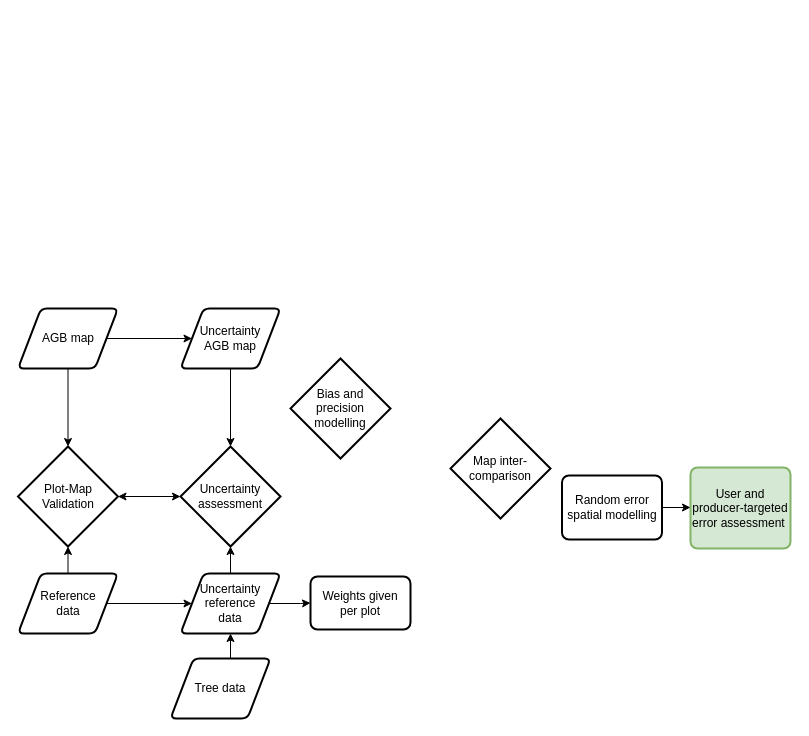
Earlier version of the draw.io diagram Untitled Diagram.drawio (arnanaraza/diagrams). Source tidied: cells renumbered, new cells numbered last; positions are measured from the earlier drawing's top-left corner, leaving out a move shared by most shapes. Both pictures are drawn from the tidied source at 100%, with x=0, y=0 at pixel (18, 308).
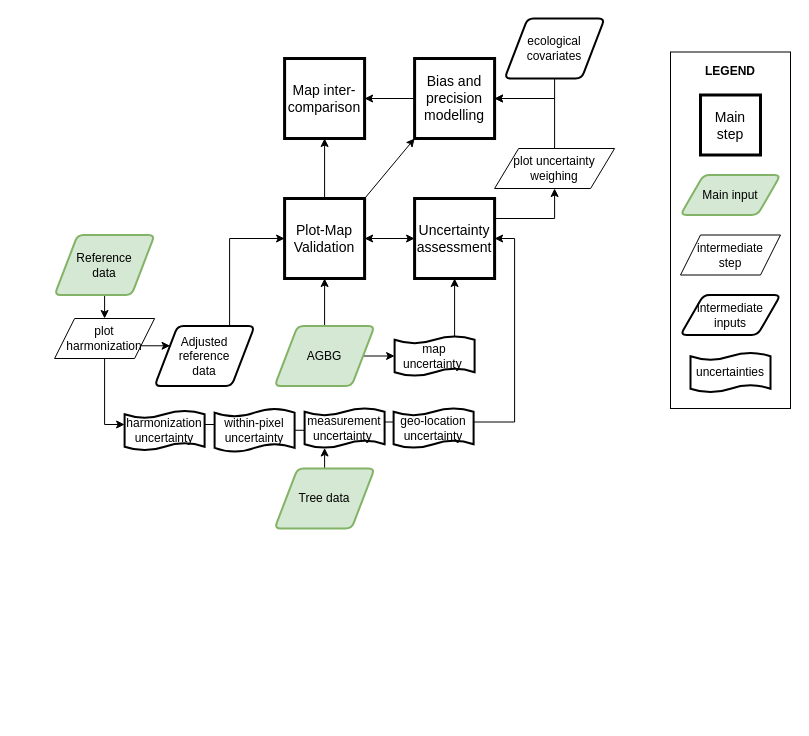
Above is the later version.

The edit, as a diff of the source:
```diff
@@
-    <mxCell id="2" style="edgeStyle=orthogonalEdgeStyle;rounded=0;jettySize=auto;html=1;exitX=1;exitY=0.5;exitDx=0;exitDy=0;entryX=0;entryY=0.5;entryDx=0;entryDy=0;" parent="1" edge="1" source="4" target="5">
-      <mxGeometry relative="1" as="geometry" />
-    </mxCell>
-    <mxCell id="3" style="edgeStyle=orthogonalEdgeStyle;rounded=0;jettySize=auto;html=1;exitX=0.5;exitY=0;exitDx=0;exitDy=0;entryX=0.5;entryY=1;entryDx=0;entryDy=0;entryPerimeter=0;startArrow=none;startFill=0;" parent="1" edge="1" source="4" target="21">
-      <mxGeometry relative="1" as="geometry" />
-    </mxCell>
-    <mxCell id="4" value="Uncertainty&lt;br&gt;reference &lt;br&gt;data" style="shape=parallelogram;html=1;strokeWidth=2;perimeter=parallelogramPerimeter;whiteSpace=wrap;rounded=1;arcSize=12;size=0.23;" parent="1" vertex="1">
-      <mxGeometry x="162" y="265" width="100" height="60" as="geometry" />
-    </mxCell>
-    <mxCell id="5" value="Weights given &lt;br&gt;per plot" style="rounded=1;whiteSpace=wrap;html=1;absoluteArcSize=1;arcSize=14;strokeWidth=2;" parent="1" vertex="1">
-      <mxGeometry x="292" y="268" width="100" height="53" as="geometry" />
-    </mxCell>
-    <mxCell id="6" style="edgeStyle=orthogonalEdgeStyle;rounded=0;jettySize=auto;html=1;exitX=0.5;exitY=1;exitDx=0;exitDy=0;entryX=0.5;entryY=0;entryDx=0;entryDy=0;entryPerimeter=0;startArrow=none;startFill=0;" parent="1" edge="1" source="7" target="21">
-      <mxGeometry relative="1" as="geometry" />
-    </mxCell>
-    <mxCell id="7" value="Uncertainty&lt;br&gt;AGB map" style="shape=parallelogram;html=1;strokeWidth=2;perimeter=parallelogramPerimeter;whiteSpace=wrap;rounded=1;arcSize=12;size=0.23;" parent="1" vertex="1">
-      <mxGeometry x="162" width="100" height="60" as="geometry" />
-    </mxCell>
-    <mxCell id="8" value="User and producer-targeted error assessment&amp;nbsp;" style="rounded=1;whiteSpace=wrap;html=1;absoluteArcSize=1;arcSize=14;strokeWidth=2;fillColor=#d5e8d4;strokeColor=#82b366;" parent="1" vertex="1">
-      <mxGeometry x="672" y="159" width="100" height="81" as="geometry" />
-    </mxCell>
+    <mxCell id="24" style="edgeStyle=orthogonalEdgeStyle;rounded=0;jettySize=auto;html=1;exitX=1;exitY=0.5;exitDx=0;exitDy=0;entryX=0;entryY=0.5;entryDx=0;entryDy=0;entryPerimeter=0;startArrow=none;startFill=0;" parent="1" edge="1" source="11" target="47">
+      <mxGeometry relative="1" as="geometry" />
+    </mxCell>
-    <mxCell id="9" style="edgeStyle=orthogonalEdgeStyle;rounded=0;jettySize=auto;html=1;exitX=0.5;exitY=1;exitDx=0;exitDy=0;entryX=0.5;entryY=0;entryDx=0;entryDy=0;entryPerimeter=0;" parent="1" edge="1" source="11" target="16">
+    <mxCell id="9" style="edgeStyle=orthogonalEdgeStyle;rounded=0;jettySize=auto;html=1;exitX=0.5;exitY=0;exitDx=0;exitDy=0;entryX=0.5;entryY=1;entryDx=0;entryDy=0;startArrow=none;startFill=0;" parent="1" edge="1" source="11" target="16">
       <mxGeometry relative="1" as="geometry" />
     </mxCell>
-    <mxCell id="10" style="edgeStyle=orthogonalEdgeStyle;rounded=0;jettySize=auto;html=1;exitX=1;exitY=0.5;exitDx=0;exitDy=0;entryX=0;entryY=0.5;entryDx=0;entryDy=0;startArrow=none;startFill=0;" parent="1" edge="1" source="11" target="7">
-      <mxGeometry relative="1" as="geometry" />
-    </mxCell>
-    <mxCell id="11" value="AGB map" style="shape=parallelogram;html=1;strokeWidth=2;perimeter=parallelogramPerimeter;whiteSpace=wrap;rounded=1;arcSize=12;size=0.23;" parent="1" vertex="1">
-      <mxGeometry x="-0.5" width="100" height="60" as="geometry" />
+    <mxCell id="11" value="AGBG" style="shape=parallelogram;html=1;strokeWidth=2;perimeter=parallelogramPerimeter;whiteSpace=wrap;rounded=1;arcSize=12;size=0.23;fillColor=#d5e8d4;strokeColor=#82b366;" parent="1" vertex="1">
+      <mxGeometry x="256.1" y="17.5" width="100" height="60" as="geometry" />
     </mxCell>
-    <mxCell id="12" style="edgeStyle=orthogonalEdgeStyle;rounded=0;jettySize=auto;html=1;exitX=0.5;exitY=0;exitDx=0;exitDy=0;entryX=0.5;entryY=1;entryDx=0;entryDy=0;entryPerimeter=0;" parent="1" edge="1" source="14" target="16">
-      <mxGeometry relative="1" as="geometry" />
-    </mxCell>
-    <mxCell id="13" style="edgeStyle=orthogonalEdgeStyle;rounded=0;jettySize=auto;html=1;exitX=1;exitY=0.5;exitDx=0;exitDy=0;entryX=0;entryY=0.5;entryDx=0;entryDy=0;" parent="1" edge="1" source="14" target="4">
-      <mxGeometry relative="1" as="geometry" />
-    </mxCell>
+    <mxCell id="25" style="edgeStyle=orthogonalEdgeStyle;rounded=0;jettySize=auto;html=1;exitX=0.5;exitY=1;exitDx=0;exitDy=0;entryX=0.5;entryY=0;entryDx=0;entryDy=0;startArrow=none;startFill=0;endArrow=classic;endFill=1;" parent="1" edge="1" source="14" target="35">
+      <mxGeometry relative="1" as="geometry" />
+    </mxCell>
-    <mxCell id="14" value="Reference &lt;br&gt;data" style="shape=parallelogram;html=1;strokeWidth=2;perimeter=parallelogramPerimeter;whiteSpace=wrap;rounded=1;arcSize=12;size=0.23;" parent="1" vertex="1">
-      <mxGeometry x="-0.5" y="265" width="100" height="60" as="geometry" />
+    <mxCell id="14" value="Reference &lt;br&gt;data" style="shape=parallelogram;html=1;strokeWidth=2;perimeter=parallelogramPerimeter;whiteSpace=wrap;rounded=1;arcSize=12;size=0.23;fillColor=#d5e8d4;strokeColor=#82b366;" parent="1" vertex="1">
+      <mxGeometry x="36.1" y="-73.5" width="100" height="60" as="geometry" />
     </mxCell>
-    <mxCell id="15" style="edgeStyle=orthogonalEdgeStyle;rounded=0;jettySize=auto;html=1;exitX=1;exitY=0.5;exitDx=0;exitDy=0;exitPerimeter=0;entryX=0;entryY=0.5;entryDx=0;entryDy=0;entryPerimeter=0;startArrow=classic;startFill=1;" parent="1" edge="1" source="16" target="21">
-      <mxGeometry relative="1" as="geometry" />
+    <mxCell id="15" style="edgeStyle=orthogonalEdgeStyle;rounded=0;orthogonalLoop=1;jettySize=auto;html=1;exitX=1;exitY=0.5;exitDx=0;exitDy=0;exitPerimeter=0;entryX=0;entryY=0.5;entryDx=0;entryDy=0;entryPerimeter=0;startArrow=classic;startFill=1;" parent="1" edge="1">
+      <mxGeometry relative="1" as="geometry">
+        <mxPoint x="381" y="-10" as="sourcePoint" />
+      </mxGeometry>
     </mxCell>
+    <mxCell id="26" style="edgeStyle=orthogonalEdgeStyle;rounded=0;orthogonalLoop=1;jettySize=auto;html=1;exitX=0.5;exitY=0;exitDx=0;exitDy=0;exitPerimeter=0;entryX=0.5;entryY=1;entryDx=0;entryDy=0;entryPerimeter=0;startArrow=none;startFill=0;" parent="1" edge="1">
+      <mxGeometry relative="1" as="geometry">
+        <mxPoint x="331" y="-110" as="targetPoint" />
+      </mxGeometry>
+    </mxCell>
+    <mxCell id="27" style="edgeStyle=orthogonalEdgeStyle;rounded=0;jettySize=auto;html=1;exitX=0.5;exitY=0;exitDx=0;exitDy=0;entryX=0.25;entryY=1;entryDx=0;entryDy=0;entryPerimeter=0;startArrow=none;startFill=0;endArrow=classic;endFill=1;" parent="1" edge="1" source="20" target="45">
+      <mxGeometry relative="1" as="geometry" />
+    </mxCell>
+    <mxCell id="20" value="Tree data" style="shape=parallelogram;html=1;strokeWidth=2;perimeter=parallelogramPerimeter;whiteSpace=wrap;rounded=1;arcSize=12;size=0.23;fillColor=#d5e8d4;strokeColor=#82b366;" parent="1" vertex="1">
+      <mxGeometry x="256.1" y="160" width="100" height="60" as="geometry" />
+    </mxCell>
+    <mxCell id="28" style="edgeStyle=orthogonalEdgeStyle;rounded=0;jettySize=auto;html=1;exitX=0;exitY=0.5;exitDx=0;exitDy=0;entryX=1;entryY=0.5;entryDx=0;entryDy=0;startArrow=none;startFill=0;" parent="1" edge="1" source="23" target="22">
+      <mxGeometry relative="1" as="geometry" />
+    </mxCell>
+    <mxCell id="23" value="&lt;span style=&quot;white-space: normal&quot;&gt;&lt;font style=&quot;font-size: 14px&quot;&gt;Bias and precision modelling&lt;/font&gt;&lt;/span&gt;" style="whiteSpace=wrap;html=1;strokeWidth=3;" parent="1" vertex="1">
+      <mxGeometry x="396.1" y="-250" width="80" height="80" as="geometry" />
+    </mxCell>
+    <mxCell id="22" value="&lt;font style=&quot;font-size: 14px&quot;&gt;Map inter-comparison&lt;/font&gt;" style="whiteSpace=wrap;html=1;strokeWidth=3;" parent="1" vertex="1">
+      <mxGeometry x="266.1" y="-250" width="80" height="80" as="geometry" />
+    </mxCell>
+    <mxCell id="29" style="edgeStyle=orthogonalEdgeStyle;rounded=0;jettySize=auto;html=1;exitX=1;exitY=0.25;exitDx=0;exitDy=0;entryX=0.5;entryY=1;entryDx=0;entryDy=0;startArrow=none;startFill=0;endArrow=classic;endFill=1;" parent="1" edge="1" source="21" target="49">
+      <mxGeometry relative="1" as="geometry" />
+    </mxCell>
+    <mxCell id="21" value="&lt;font style=&quot;font-size: 14px&quot;&gt;Uncertainty assessment&lt;/font&gt;" style="whiteSpace=wrap;html=1;strokeWidth=3;" parent="1" vertex="1">
+      <mxGeometry x="396.1" y="-110" width="80" height="80" as="geometry" />
+    </mxCell>
+    <mxCell id="30" style="edgeStyle=orthogonalEdgeStyle;rounded=0;jettySize=auto;html=1;exitX=1;exitY=0.5;exitDx=0;exitDy=0;entryX=0;entryY=0.5;entryDx=0;entryDy=0;startArrow=classic;startFill=1;" parent="1" edge="1" source="16" target="21">
+      <mxGeometry relative="1" as="geometry" />
+    </mxCell>
+    <mxCell id="31" style="edgeStyle=orthogonalEdgeStyle;rounded=0;jettySize=auto;html=1;exitX=0.5;exitY=0;exitDx=0;exitDy=0;entryX=0.5;entryY=1;entryDx=0;entryDy=0;startArrow=none;startFill=0;" parent="1" edge="1" source="16" target="22">
+      <mxGeometry relative="1" as="geometry" />
+    </mxCell>
-    <mxCell id="16" value="&lt;span style=&quot;white-space: normal&quot;&gt;Plot-Map&lt;br&gt;Validation&lt;/span&gt;" style="strokeWidth=2;html=1;shape=mxgraph.flowchart.decision;whiteSpace=wrap;" parent="1" vertex="1">
-      <mxGeometry x="-0.5" y="138" width="100" height="100" as="geometry" />
+    <mxCell id="16" value="&lt;font style=&quot;font-size: 14px&quot;&gt;Plot-Map&lt;br&gt;Validation&lt;/font&gt;" style="whiteSpace=wrap;html=1;strokeWidth=3;" parent="1" vertex="1">
+      <mxGeometry x="266.1" y="-110" width="80" height="80" as="geometry" />
     </mxCell>
-    <mxCell id="17" style="edgeStyle=orthogonalEdgeStyle;rounded=0;jettySize=auto;html=1;exitX=1;exitY=0.5;exitDx=0;exitDy=0;entryX=0;entryY=0.49;entryDx=0;entryDy=0;entryPerimeter=0;" parent="1" edge="1" source="18" target="8">
-      <mxGeometry relative="1" as="geometry" />
-    </mxCell>
-    <mxCell id="18" value="Random error spatial modelling" style="rounded=1;whiteSpace=wrap;html=1;absoluteArcSize=1;arcSize=14;strokeWidth=2;" parent="1" vertex="1">
-      <mxGeometry x="543.5" y="167" width="100" height="64" as="geometry" />
-    </mxCell>
-    <mxCell id="19" style="edgeStyle=orthogonalEdgeStyle;rounded=0;jettySize=auto;html=1;exitX=0.5;exitY=0;exitDx=0;exitDy=0;entryX=0.5;entryY=1;entryDx=0;entryDy=0;startArrow=none;startFill=0;" parent="1" edge="1" source="20" target="4">
-      <mxGeometry relative="1" as="geometry" />
-    </mxCell>
-    <mxCell id="20" value="Tree data" style="shape=parallelogram;html=1;strokeWidth=2;perimeter=parallelogramPerimeter;whiteSpace=wrap;rounded=1;arcSize=12;size=0.23;" parent="1" vertex="1">
-      <mxGeometry x="152" y="350" width="100" height="60" as="geometry" />
-    </mxCell>
-    <mxCell id="21" value="Uncertainty assessment" style="strokeWidth=2;html=1;shape=mxgraph.flowchart.decision;whiteSpace=wrap;" parent="1" vertex="1">
-      <mxGeometry x="162" y="138" width="100" height="100" as="geometry" />
-    </mxCell>
-    <mxCell id="22" value="Map inter-comparison" style="strokeWidth=2;html=1;shape=mxgraph.flowchart.decision;whiteSpace=wrap;" parent="1" vertex="1">
-      <mxGeometry x="432" y="110" width="100" height="100" as="geometry" />
-    </mxCell>
-    <mxCell id="23" value="Bias and precision modelling" style="strokeWidth=2;html=1;shape=mxgraph.flowchart.decision;whiteSpace=wrap;" parent="1" vertex="1">
-      <mxGeometry x="272" y="50" width="100" height="100" as="geometry" />
-    </mxCell>
+    <mxCell id="32" style="endArrow=classic;html=1;entryX=0;entryY=1;entryDx=0;entryDy=0;" parent="1" edge="1" target="23">
+      <mxGeometry relative="1" as="geometry">
+        <mxPoint x="346.1" y="-110" as="sourcePoint" />
+      </mxGeometry>
+    </mxCell>
+    <mxCell id="33" style="edgeStyle=orthogonalEdgeStyle;rounded=0;jettySize=auto;html=1;exitX=0.5;exitY=1;exitDx=0;exitDy=0;entryX=0;entryY=0.35;entryDx=0;entryDy=0;entryPerimeter=0;startArrow=none;startFill=0;" parent="1" edge="1" source="35" target="39">
+      <mxGeometry relative="1" as="geometry" />
+    </mxCell>
+    <mxCell id="34" style="edgeStyle=orthogonalEdgeStyle;rounded=0;jettySize=auto;html=1;exitX=1;exitY=0.75;exitDx=0;exitDy=0;entryX=0;entryY=0.25;entryDx=0;entryDy=0;startArrow=none;startFill=0;endArrow=classic;endFill=1;" parent="1" edge="1" source="35" target="37">
+      <mxGeometry relative="1" as="geometry" />
+    </mxCell>
+    <mxCell id="35" value="plot harmonization" style="shape=parallelogram;perimeter=parallelogramPerimeter;whiteSpace=wrap;html=1;" parent="1" vertex="1">
+      <mxGeometry x="36.1" y="10" width="100" height="40" as="geometry" />
+    </mxCell>
+    <mxCell id="36" style="edgeStyle=orthogonalEdgeStyle;rounded=0;jettySize=auto;html=1;exitX=0.75;exitY=0;exitDx=0;exitDy=0;entryX=0;entryY=0.5;entryDx=0;entryDy=0;startArrow=none;startFill=0;" parent="1" edge="1" source="37" target="16">
+      <mxGeometry relative="1" as="geometry" />
+    </mxCell>
+    <mxCell id="37" value="Adjusted reference &lt;br&gt;data" style="shape=parallelogram;html=1;strokeWidth=2;perimeter=parallelogramPerimeter;whiteSpace=wrap;rounded=1;arcSize=12;size=0.23;" parent="1" vertex="1">
+      <mxGeometry x="136.1" y="17.5" width="100" height="60" as="geometry" />
+    </mxCell>
+    <mxCell id="38" style="edgeStyle=orthogonalEdgeStyle;rounded=0;jettySize=auto;html=1;exitX=1;exitY=0.35;exitDx=0;exitDy=0;exitPerimeter=0;entryX=0;entryY=0.5;entryDx=0;entryDy=0;entryPerimeter=0;startArrow=none;startFill=0;endArrow=none;endFill=0;" parent="1" edge="1" source="39" target="41">
+      <mxGeometry relative="1" as="geometry" />
+    </mxCell>
+    <mxCell id="39" value="&lt;span style=&quot;white-space: normal&quot;&gt;harmonization uncertainty&lt;/span&gt;" style="shape=tape;whiteSpace=wrap;html=1;strokeWidth=2;size=0.19;" parent="1" vertex="1">
+      <mxGeometry x="106.1" y="102" width="80" height="40" as="geometry" />
+    </mxCell>
+    <mxCell id="40" style="edgeStyle=orthogonalEdgeStyle;rounded=0;jettySize=auto;html=1;exitX=1;exitY=0.5;exitDx=0;exitDy=0;exitPerimeter=0;entryX=0;entryY=0.35;entryDx=0;entryDy=0;entryPerimeter=0;startArrow=none;startFill=0;endArrow=none;endFill=0;" parent="1" edge="1" source="41" target="45">
+      <mxGeometry relative="1" as="geometry" />
+    </mxCell>
+    <mxCell id="41" value="within-pixel uncertainty" style="shape=tape;whiteSpace=wrap;html=1;strokeWidth=2;size=0.19;" parent="1" vertex="1">
+      <mxGeometry x="196.1" y="100" width="80" height="43.5" as="geometry" />
+    </mxCell>
+    <mxCell id="42" style="edgeStyle=orthogonalEdgeStyle;rounded=0;jettySize=auto;html=1;exitX=1;exitY=0.35;exitDx=0;exitDy=0;exitPerimeter=0;entryX=1;entryY=0.5;entryDx=0;entryDy=0;startArrow=none;startFill=0;endArrow=classic;endFill=1;" parent="1" edge="1" source="43" target="21">
+      <mxGeometry relative="1" as="geometry" />
+    </mxCell>
+    <mxCell id="43" value="geo-location uncertainty" style="shape=tape;whiteSpace=wrap;html=1;strokeWidth=2;size=0.19;" parent="1" vertex="1">
+      <mxGeometry x="375.1" y="99.5" width="80" height="40" as="geometry" />
+    </mxCell>
+    <mxCell id="44" style="edgeStyle=orthogonalEdgeStyle;rounded=0;jettySize=auto;html=1;exitX=1;exitY=0.35;exitDx=0;exitDy=0;exitPerimeter=0;entryX=0;entryY=0.35;entryDx=0;entryDy=0;entryPerimeter=0;startArrow=none;startFill=0;endArrow=none;endFill=0;" parent="1" edge="1" source="45" target="43">
+      <mxGeometry relative="1" as="geometry" />
+    </mxCell>
+    <mxCell id="45" value="measurement uncertainty&amp;nbsp;" style="shape=tape;whiteSpace=wrap;html=1;strokeWidth=2;size=0.19;" parent="1" vertex="1">
+      <mxGeometry x="286.1" y="99.5" width="80" height="40" as="geometry" />
+    </mxCell>
+    <mxCell id="46" style="edgeStyle=orthogonalEdgeStyle;rounded=0;jettySize=auto;html=1;exitX=0.75;exitY=0;exitDx=0;exitDy=0;exitPerimeter=0;entryX=0.5;entryY=1;entryDx=0;entryDy=0;startArrow=none;startFill=0;" parent="1" edge="1" source="47" target="21">
+      <mxGeometry relative="1" as="geometry" />
+    </mxCell>
+    <mxCell id="47" value="map uncertainty&amp;nbsp;" style="shape=tape;whiteSpace=wrap;html=1;strokeWidth=2;size=0.19;" parent="1" vertex="1">
+      <mxGeometry x="376.1" y="27.5" width="80" height="40" as="geometry" />
+    </mxCell>
+    <mxCell id="48" style="edgeStyle=orthogonalEdgeStyle;rounded=0;jettySize=auto;html=1;exitX=0.5;exitY=0;exitDx=0;exitDy=0;entryX=1;entryY=0.5;entryDx=0;entryDy=0;startArrow=none;startFill=0;endArrow=classic;endFill=1;" parent="1" edge="1" source="49" target="23">
+      <mxGeometry relative="1" as="geometry" />
+    </mxCell>
+    <mxCell id="49" value="plot uncertainty weighing" style="shape=parallelogram;perimeter=parallelogramPerimeter;whiteSpace=wrap;html=1;" parent="1" vertex="1">
+      <mxGeometry x="476.1" y="-160" width="120" height="40" as="geometry" />
+    </mxCell>
+    <mxCell id="50" style="edgeStyle=orthogonalEdgeStyle;rounded=0;jettySize=auto;html=1;exitX=0.5;exitY=1;exitDx=0;exitDy=0;entryX=1;entryY=0.5;entryDx=0;entryDy=0;startArrow=none;startFill=0;endArrow=classic;endFill=1;" parent="1" edge="1" source="51" target="23">
+      <mxGeometry relative="1" as="geometry" />
+    </mxCell>
+    <mxCell id="51" value="ecological covariates" style="shape=parallelogram;html=1;strokeWidth=2;perimeter=parallelogramPerimeter;whiteSpace=wrap;rounded=1;arcSize=12;size=0.23;" parent="1" vertex="1">
+      <mxGeometry x="486.1" y="-290" width="100" height="60" as="geometry" />
+    </mxCell>
+    <mxCell id="52" value="Main input" style="shape=parallelogram;html=1;strokeWidth=2;perimeter=parallelogramPerimeter;whiteSpace=wrap;rounded=1;arcSize=12;size=0.23;fillColor=#d5e8d4;strokeColor=#82b366;" parent="1" vertex="1">
+      <mxGeometry x="662" y="-133.5" width="100" height="40" as="geometry" />
+    </mxCell>
+    <mxCell id="53" value="intermediate &lt;br&gt;step" style="shape=parallelogram;perimeter=parallelogramPerimeter;whiteSpace=wrap;html=1;" parent="1" vertex="1">
+      <mxGeometry x="662" y="-73.5" width="100" height="40" as="geometry" />
+    </mxCell>
+    <mxCell id="54" value="&lt;span style=&quot;font-size: 14px&quot;&gt;Main step&lt;/span&gt;" style="whiteSpace=wrap;html=1;strokeWidth=3;" parent="1" vertex="1">
+      <mxGeometry x="682" y="-213.5" width="60" height="60" as="geometry" />
+    </mxCell>
+    <mxCell id="55" value="uncertainties" style="shape=tape;whiteSpace=wrap;html=1;strokeWidth=2;size=0.19;" parent="1" vertex="1">
+      <mxGeometry x="672" y="44" width="80" height="40" as="geometry" />
+    </mxCell>
+    <mxCell id="56" value="intermediate inputs" style="shape=parallelogram;html=1;strokeWidth=2;perimeter=parallelogramPerimeter;whiteSpace=wrap;rounded=1;arcSize=12;size=0.23;" parent="1" vertex="1">
+      <mxGeometry x="662" y="-13.5" width="100" height="40" as="geometry" />
+    </mxCell>
+    <mxCell id="57" value="&lt;b&gt;LEGEND&lt;/b&gt;" style="text;html=1;strokeColor=none;fillColor=none;align=center;verticalAlign=middle;whiteSpace=wrap;rounded=0;" parent="1" vertex="1">
+      <mxGeometry x="692" y="-247" width="40" height="20" as="geometry" />
+    </mxCell>
+    <mxCell id="58" style="rounded=0;whiteSpace=wrap;html=1;strokeWidth=1;fillColor=none;" parent="1" vertex="1">
+      <mxGeometry x="652" y="-256.5" width="120" height="356.5" as="geometry" />
+    </mxCell>
```
